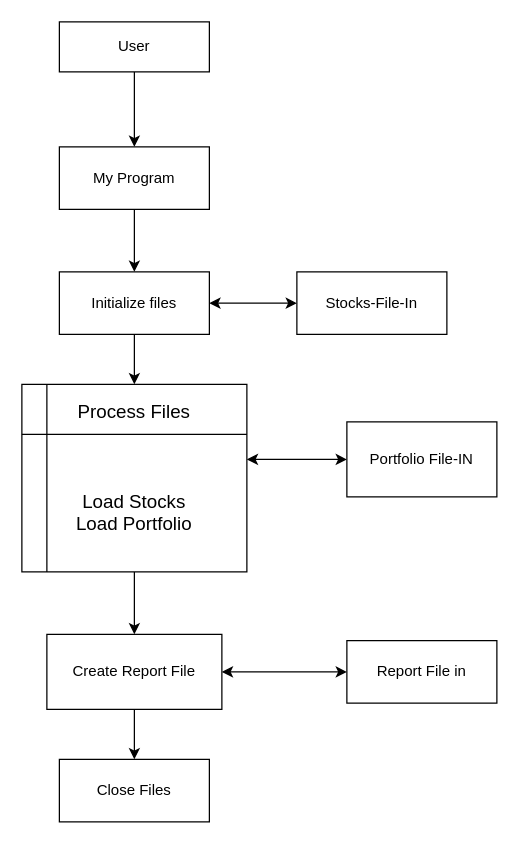
Before: Project2_FlowChart.drawio in philvilla25/cobolProject2, a draw.io diagram. Source tidied: cells renumbered, new cells numbered last; positions are measured from the earlier drawing's top-left corner, leaving out a move shared by most shapes. Both pictures are drawn from the tidied source at 125%, with x=0, y=0 at pixel (21, 21).
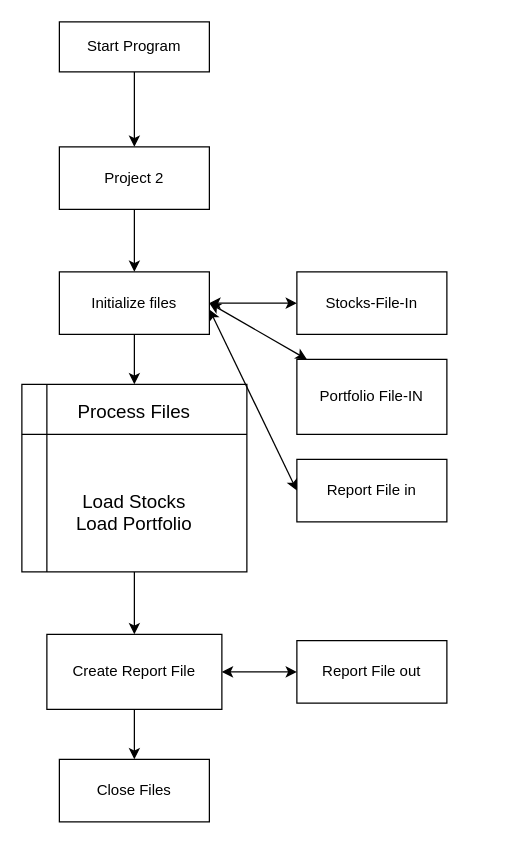
After the change.

The change refers to these unchanged cells:
```xml
<mxCell id="7" value="Initialize files" style="rounded=0;whiteSpace=wrap;html=1;" parent="1" vertex="1">
  <mxGeometry x="30" y="200" width="120" height="50" as="geometry" />
</mxCell>
<mxCell id="11" value="&lt;font style=&quot;font-size: 15px;&quot;&gt;&amp;nbsp;&lt;/font&gt;&lt;div style=&quot;font-size: 15px;&quot;&gt;&lt;font style=&quot;font-size: 15px;&quot;&gt;&lt;br&gt;&lt;/font&gt;&lt;/div&gt;&lt;div style=&quot;font-size: 15px;&quot;&gt;&lt;font style=&quot;font-size: 15px;&quot;&gt;&lt;br&gt;&lt;br&gt;&lt;/font&gt;&lt;/div&gt;&lt;div style=&quot;font-size: 15px;&quot;&gt;&lt;font style=&quot;font-size: 15px;&quot;&gt;Process Files&lt;/font&gt;&lt;/div&gt;&lt;div style=&quot;font-size: 15px;&quot;&gt;&lt;font style=&quot;font-size: 15px;&quot;&gt;&lt;br&gt;&lt;/font&gt;&lt;/div&gt;&lt;div style=&quot;font-size: 15px;&quot;&gt;&lt;font style=&quot;font-size: 15px;&quot;&gt;&lt;br&gt;&lt;/font&gt;&lt;/div&gt;&lt;div style=&quot;font-size: 15px;&quot;&gt;&lt;font style=&quot;font-size: 15px;&quot;&gt;&lt;br&gt;&lt;/font&gt;&lt;/div&gt;&lt;div style=&quot;font-size: 15px;&quot;&gt;&lt;font style=&quot;font-size: 15px;&quot;&gt;Load Stocks&lt;br&gt;Load Portfolio&lt;/font&gt;&lt;/div&gt;&lt;div style=&quot;font-size: 15px;&quot;&gt;&lt;div&gt;&lt;font style=&quot;font-size: 15px;&quot;&gt;&lt;br&gt;&lt;/font&gt;&lt;/div&gt;&lt;div&gt;&lt;font style=&quot;font-size: 15px;&quot;&gt;&lt;br&gt;&lt;/font&gt;&lt;/div&gt;&lt;div&gt;&lt;font style=&quot;font-size: 15px;&quot;&gt;&lt;br&gt;&lt;/font&gt;&lt;/div&gt;&lt;div&gt;&lt;font style=&quot;font-size: 15px;&quot;&gt;&lt;br&gt;&lt;/font&gt;&lt;/div&gt;&lt;div&gt;&lt;br&gt;&lt;/div&gt;&lt;/div&gt;" style="shape=internalStorage;whiteSpace=wrap;html=1;backgroundOutline=1;dx=20;dy=40;" parent="1" vertex="1">
  <mxGeometry y="290" width="180" height="150" as="geometry" />
</mxCell>
<mxCell id="16" value="Create Report File" style="rounded=0;whiteSpace=wrap;html=1;" parent="1" vertex="1">
  <mxGeometry x="20" y="490" width="140" height="60" as="geometry" />
</mxCell>
```

What changed in the source:
```diff
@@
-    <mxCell id="3" value="User" style="rounded=0;whiteSpace=wrap;html=1;" parent="1" vertex="1">
+    <mxCell id="3" value="Start Program" style="rounded=0;whiteSpace=wrap;html=1;" parent="1" vertex="1">
       <mxGeometry x="30" width="120" height="40" as="geometry" />
     </mxCell>
@@
-    <mxCell id="5" value="My Program" style="rounded=0;whiteSpace=wrap;html=1;" parent="1" vertex="1">
+    <mxCell id="5" value="Project 2" style="rounded=0;whiteSpace=wrap;html=1;" parent="1" vertex="1">
       <mxGeometry x="30" y="100" width="120" height="50" as="geometry" />
     </mxCell>
@@
-    <mxCell id="12" style="endArrow=classic;startArrow=classic;html=1;rounded=0;exitX=1;exitY=0.4;exitDx=0;exitDy=0;exitPerimeter=0;" parent="1" edge="1" source="11" target="13">
+    <mxCell id="12" style="endArrow=classic;startArrow=classic;html=1;rounded=0;exitX=1;exitY=0.5;exitDx=0;exitDy=0;" parent="1" edge="1" source="7" target="13">
       <mxGeometry relative="1" as="geometry" />
     </mxCell>
     <mxCell id="13" value="Portfolio File-IN" style="rounded=0;whiteSpace=wrap;html=1;" parent="1" vertex="1">
-      <mxGeometry x="260" y="320" width="120" height="60" as="geometry" />
+      <mxGeometry x="220" y="270" width="120" height="60" as="geometry" />
     </mxCell>
     <mxCell id="14" value="Report File in" style="rounded=0;whiteSpace=wrap;html=1;" parent="1" vertex="1">
-      <mxGeometry x="260" y="495" width="120" height="50" as="geometry" />
+      <mxGeometry x="220" y="350" width="120" height="50" as="geometry" />
     </mxCell>
@@
-    <mxCell id="18" style="endArrow=classic;startArrow=classic;html=1;rounded=0;entryX=0;entryY=0.5;entryDx=0;entryDy=0;exitX=1;exitY=0.5;exitDx=0;exitDy=0;" parent="1" edge="1" source="16" target="14">
-      <mxGeometry relative="1" as="geometry" />
+    <mxCell id="18" style="endArrow=classic;startArrow=classic;html=1;rounded=0;entryX=0;entryY=0.5;entryDx=0;entryDy=0;" parent="1" edge="1" target="14">
+      <mxGeometry relative="1" as="geometry">
+        <mxPoint x="150" y="230" as="sourcePoint" />
+      </mxGeometry>
     </mxCell>
+    <mxCell id="19" value="Report File out" style="rounded=0;whiteSpace=wrap;html=1;" parent="1" vertex="1">
+      <mxGeometry x="220" y="495" width="120" height="50" as="geometry" />
+    </mxCell>
+    <mxCell id="20" style="endArrow=classic;startArrow=classic;html=1;rounded=0;entryX=0;entryY=0.5;entryDx=0;entryDy=0;" parent="1" edge="1" target="19">
+      <mxGeometry relative="1" as="geometry">
+        <mxPoint x="160" y="520" as="sourcePoint" />
+      </mxGeometry>
+    </mxCell>
```
